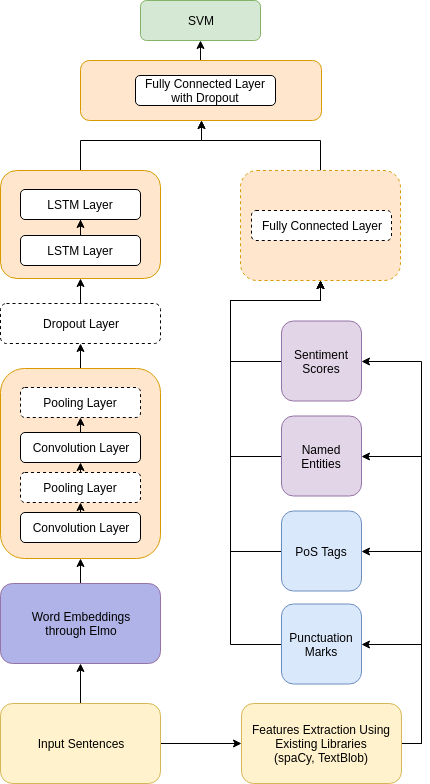
ShawnLYU/A-Hybrid-Approach-of-Insincere-Questions-Detection keeps this draw.io diagram as report/graphs/nn_architecture.png. Above is the earlier version. Source tidied: cells renumbered, new cells last; positions are measured from the earlier drawing's top-left corner, leaving out a move shared by most shapes. Its diagram source:
```xml
<mxGraphModel>
  <root>
    <mxCell id="0" />
    <mxCell id="1" parent="0" />
    <mxCell id="2" style="edgeStyle=orthogonalEdgeStyle;rounded=0;jettySize=auto;html=1;exitX=0.5;exitY=0;exitDx=0;exitDy=0;entryX=0.5;entryY=1;entryDx=0;entryDy=0;" parent="1" edge="1" source="3" target="22">
      <mxGeometry relative="1" as="geometry" />
    </mxCell>
    <mxCell id="3" value="Word Embeddings&lt;br&gt;through Elmo&lt;br&gt;" style="rounded=1;whiteSpace=wrap;html=1;fillColor=#B0B3E7;strokeColor=#9673a6;" parent="1" vertex="1">
      <mxGeometry y="583" width="160" height="80" as="geometry" />
    </mxCell>
    <mxCell id="4" style="edgeStyle=orthogonalEdgeStyle;rounded=0;jettySize=auto;html=1;exitX=1;exitY=0.5;exitDx=0;exitDy=0;entryX=0;entryY=0.5;entryDx=0;entryDy=0;" parent="1" edge="1" source="6" target="11">
      <mxGeometry relative="1" as="geometry" />
    </mxCell>
    <mxCell id="5" style="edgeStyle=orthogonalEdgeStyle;rounded=0;jettySize=auto;html=1;" parent="1" edge="1" source="6" target="3">
      <mxGeometry relative="1" as="geometry" />
    </mxCell>
    <mxCell id="6" value="Input Sentences" style="rounded=1;whiteSpace=wrap;html=1;fillColor=#fff2cc;strokeColor=#d6b656;" parent="1" vertex="1">
      <mxGeometry y="703" width="160" height="80" as="geometry" />
    </mxCell>
    <mxCell id="7" style="edgeStyle=orthogonalEdgeStyle;rounded=0;jettySize=auto;html=1;exitX=1;exitY=0.5;exitDx=0;exitDy=0;entryX=1;entryY=0.5;entryDx=0;entryDy=0;" parent="1" edge="1" source="11" target="15">
      <mxGeometry relative="1" as="geometry" />
    </mxCell>
    <mxCell id="8" style="edgeStyle=orthogonalEdgeStyle;rounded=0;jettySize=auto;html=1;exitX=1;exitY=0.5;exitDx=0;exitDy=0;entryX=1;entryY=0.5;entryDx=0;entryDy=0;" parent="1" edge="1" source="11" target="36">
      <mxGeometry relative="1" as="geometry" />
    </mxCell>
    <mxCell id="9" style="edgeStyle=orthogonalEdgeStyle;rounded=0;jettySize=auto;html=1;exitX=1;exitY=0.5;exitDx=0;exitDy=0;entryX=1;entryY=0.5;entryDx=0;entryDy=0;" parent="1" edge="1" source="11" target="17">
      <mxGeometry relative="1" as="geometry" />
    </mxCell>
    <mxCell id="10" style="edgeStyle=orthogonalEdgeStyle;rounded=0;jettySize=auto;html=1;exitX=1;exitY=0.5;exitDx=0;exitDy=0;entryX=1;entryY=0.5;entryDx=0;entryDy=0;" parent="1" edge="1" source="11" target="13">
      <mxGeometry relative="1" as="geometry" />
    </mxCell>
    <mxCell id="11" value="Features Extraction Using Existing Libraries&lt;br&gt;(spaCy, TextBlob)&lt;br&gt;" style="rounded=1;whiteSpace=wrap;html=1;fillColor=#fff2cc;strokeColor=#d6b656;" parent="1" vertex="1">
      <mxGeometry x="241" y="703" width="160" height="80" as="geometry" />
    </mxCell>
    <mxCell id="12" style="edgeStyle=orthogonalEdgeStyle;rounded=0;jettySize=auto;html=1;exitX=0;exitY=0.5;exitDx=0;exitDy=0;entryX=0.5;entryY=1;entryDx=0;entryDy=0;" parent="1" edge="1" source="13" target="38">
      <mxGeometry relative="1" as="geometry">
        <Array as="points">
          <mxPoint x="230" y="551" />
          <mxPoint x="230" y="300" />
          <mxPoint x="320" y="300" />
        </Array>
      </mxGeometry>
    </mxCell>
    <mxCell id="13" value="PoS Tags" style="rounded=1;whiteSpace=wrap;html=1;fillColor=#dae8fc;strokeColor=#6c8ebf;" parent="1" vertex="1">
      <mxGeometry x="281" y="510.5" width="80" height="80" as="geometry" />
    </mxCell>
    <mxCell id="14" style="edgeStyle=orthogonalEdgeStyle;rounded=0;jettySize=auto;html=1;exitX=0;exitY=0.5;exitDx=0;exitDy=0;entryX=0.5;entryY=1;entryDx=0;entryDy=0;" parent="1" edge="1" source="15" target="38">
      <mxGeometry relative="1" as="geometry">
        <Array as="points">
          <mxPoint x="230" y="644" />
          <mxPoint x="230" y="300" />
          <mxPoint x="320" y="300" />
        </Array>
      </mxGeometry>
    </mxCell>
    <mxCell id="15" value="Punctuation Marks" style="rounded=1;whiteSpace=wrap;html=1;fillColor=#dae8fc;strokeColor=#6c8ebf;" parent="1" vertex="1">
      <mxGeometry x="281" y="603.5" width="80" height="80" as="geometry" />
    </mxCell>
    <mxCell id="16" style="edgeStyle=orthogonalEdgeStyle;rounded=0;jettySize=auto;html=1;exitX=0;exitY=0.5;exitDx=0;exitDy=0;entryX=0.5;entryY=1;entryDx=0;entryDy=0;" parent="1" edge="1" source="17" target="38">
      <mxGeometry relative="1" as="geometry">
        <Array as="points">
          <mxPoint x="230" y="361" />
          <mxPoint x="230" y="300" />
          <mxPoint x="320" y="300" />
        </Array>
      </mxGeometry>
    </mxCell>
    <mxCell id="17" value="Sentiment Scores" style="rounded=1;whiteSpace=wrap;html=1;fillColor=#e1d5e7;strokeColor=#9673a6;" parent="1" vertex="1">
      <mxGeometry x="281" y="320.5" width="80" height="80" as="geometry" />
    </mxCell>
    <mxCell id="18" style="edgeStyle=orthogonalEdgeStyle;rounded=0;jettySize=auto;html=1;exitX=0.5;exitY=0;exitDx=0;exitDy=0;entryX=0.5;entryY=1;entryDx=0;entryDy=0;" parent="1" edge="1" source="22" target="20">
      <mxGeometry relative="1" as="geometry" />
    </mxCell>
    <mxCell id="19" style="edgeStyle=orthogonalEdgeStyle;rounded=0;jettySize=auto;html=1;exitX=0.5;exitY=0;exitDx=0;exitDy=0;entryX=0.5;entryY=1;entryDx=0;entryDy=0;" parent="1" edge="1" source="20" target="31">
      <mxGeometry relative="1" as="geometry" />
    </mxCell>
    <mxCell id="20" value="Dropout Layer" style="rounded=1;whiteSpace=wrap;html=1;dashed=1;" parent="1" vertex="1">
      <mxGeometry y="303" width="160" height="40" as="geometry" />
    </mxCell>
    <mxCell id="21" style="group;" parent="1" vertex="1">
      <mxGeometry y="368" width="160" height="190" as="geometry" />
    </mxCell>
    <mxCell id="22" value="&lt;br&gt;&lt;br&gt;&lt;br&gt;&lt;br&gt;&lt;br&gt;&lt;br&gt;&lt;br&gt;&lt;br&gt;&lt;br&gt;&lt;br&gt;&lt;br&gt;&lt;br&gt;&lt;br&gt;&lt;br&gt;" style="rounded=1;whiteSpace=wrap;html=1;fillColor=#ffe6cc;strokeColor=#d79b00;" parent="21" vertex="1">
      <mxGeometry width="160" height="190" as="geometry" />
    </mxCell>
    <mxCell id="23" value="Convolution Layer" style="rounded=1;whiteSpace=wrap;html=1;" parent="21" vertex="1">
      <mxGeometry x="20" y="144" width="120" height="30" as="geometry" />
    </mxCell>
    <mxCell id="24" value="Convolution Layer" style="rounded=1;whiteSpace=wrap;html=1;" parent="21" vertex="1">
      <mxGeometry x="20" y="64" width="120" height="30" as="geometry" />
    </mxCell>
    <mxCell id="25" value="Pooling Layer" style="rounded=1;whiteSpace=wrap;html=1;dashed=1;" parent="21" vertex="1">
      <mxGeometry x="20" y="104" width="120" height="30" as="geometry" />
    </mxCell>
    <mxCell id="26" value="Pooling Layer" style="rounded=1;whiteSpace=wrap;html=1;dashed=1;" parent="21" vertex="1">
      <mxGeometry x="20" y="19" width="120" height="30" as="geometry" />
    </mxCell>
    <mxCell id="27" style="edgeStyle=orthogonalEdgeStyle;rounded=0;jettySize=auto;html=1;exitX=0.5;exitY=0;exitDx=0;exitDy=0;entryX=0.5;entryY=1;entryDx=0;entryDy=0;" parent="21" edge="1" source="23" target="25">
      <mxGeometry relative="1" as="geometry" />
    </mxCell>
    <mxCell id="28" style="edgeStyle=orthogonalEdgeStyle;rounded=0;jettySize=auto;html=1;exitX=0.5;exitY=0;exitDx=0;exitDy=0;entryX=0.5;entryY=1;entryDx=0;entryDy=0;" parent="21" edge="1" source="25" target="24">
      <mxGeometry relative="1" as="geometry" />
    </mxCell>
    <mxCell id="29" style="edgeStyle=orthogonalEdgeStyle;rounded=0;jettySize=auto;html=1;exitX=0.5;exitY=0;exitDx=0;exitDy=0;entryX=0.5;entryY=1;entryDx=0;entryDy=0;" parent="21" edge="1" source="24" target="26">
      <mxGeometry relative="1" as="geometry" />
    </mxCell>
    <mxCell id="30" style="edgeStyle=orthogonalEdgeStyle;rounded=0;jettySize=auto;html=1;entryX=0.5;entryY=1;entryDx=0;entryDy=0;" parent="1" edge="1" source="31" target="41">
      <mxGeometry relative="1" as="geometry">
        <Array as="points">
          <mxPoint x="80" y="140" />
          <mxPoint x="201" y="140" />
        </Array>
      </mxGeometry>
    </mxCell>
    <mxCell id="31" style="rounded=1;whiteSpace=wrap;html=1;fillColor=#ffe6cc;strokeColor=#d79b00;" parent="1" vertex="1">
      <mxGeometry y="170" width="160" height="108" as="geometry" />
    </mxCell>
    <mxCell id="32" style="edgeStyle=orthogonalEdgeStyle;rounded=0;jettySize=auto;html=1;exitX=0.5;exitY=0;exitDx=0;exitDy=0;" parent="1" edge="1" source="33" target="34">
      <mxGeometry relative="1" as="geometry" />
    </mxCell>
    <mxCell id="33" value="LSTM Layer" style="rounded=1;whiteSpace=wrap;html=1;" parent="1" vertex="1">
      <mxGeometry x="20" y="235" width="120" height="30" as="geometry" />
    </mxCell>
    <mxCell id="34" value="LSTM Layer" style="rounded=1;whiteSpace=wrap;html=1;" parent="1" vertex="1">
      <mxGeometry x="20" y="189" width="120" height="30" as="geometry" />
    </mxCell>
    <mxCell id="35" style="edgeStyle=orthogonalEdgeStyle;rounded=0;jettySize=auto;html=1;exitX=0;exitY=0.5;exitDx=0;exitDy=0;entryX=0.5;entryY=1;entryDx=0;entryDy=0;" parent="1" edge="1" source="36" target="38">
      <mxGeometry relative="1" as="geometry">
        <Array as="points">
          <mxPoint x="230" y="456" />
          <mxPoint x="230" y="300" />
          <mxPoint x="320" y="300" />
        </Array>
      </mxGeometry>
    </mxCell>
    <mxCell id="36" value="Named Entities" style="rounded=1;whiteSpace=wrap;html=1;fillColor=#e1d5e7;strokeColor=#9673a6;" parent="1" vertex="1">
      <mxGeometry x="281" y="415.5" width="80" height="80" as="geometry" />
    </mxCell>
    <mxCell id="37" style="edgeStyle=orthogonalEdgeStyle;rounded=0;jettySize=auto;html=1;exitX=0.5;exitY=0;exitDx=0;exitDy=0;entryX=0.5;entryY=1;entryDx=0;entryDy=0;" parent="1" edge="1" source="38" target="41">
      <mxGeometry relative="1" as="geometry">
        <Array as="points">
          <mxPoint x="320" y="140" />
          <mxPoint x="201" y="140" />
        </Array>
      </mxGeometry>
    </mxCell>
    <mxCell id="38" style="rounded=1;whiteSpace=wrap;html=1;fillColor=#ffe6cc;strokeColor=#d79b00;dashed=1;" parent="1" vertex="1">
      <mxGeometry x="240" y="170" width="160" height="110" as="geometry" />
    </mxCell>
    <mxCell id="39" value="Fully Connected Layer" style="rounded=1;whiteSpace=wrap;html=1;dashed=1;" parent="1" vertex="1">
      <mxGeometry x="251" y="210" width="140" height="30" as="geometry" />
    </mxCell>
    <mxCell id="40" style="edgeStyle=orthogonalEdgeStyle;rounded=0;jettySize=auto;html=1;exitX=0.5;exitY=0;exitDx=0;exitDy=0;entryX=0.5;entryY=1;entryDx=0;entryDy=0;" parent="1" edge="1" source="41" target="43">
      <mxGeometry relative="1" as="geometry" />
    </mxCell>
    <mxCell id="41" style="rounded=1;whiteSpace=wrap;html=1;fillColor=#ffe6cc;strokeColor=#d79b00;" parent="1" vertex="1">
      <mxGeometry x="80" y="60" width="241" height="60" as="geometry" />
    </mxCell>
    <mxCell id="42" value="Fully Connected Layer with Dropout" style="rounded=1;whiteSpace=wrap;html=1;" parent="1" vertex="1">
      <mxGeometry x="135" y="75" width="140" height="30" as="geometry" />
    </mxCell>
    <mxCell id="43" value="SVM" style="rounded=1;whiteSpace=wrap;html=1;fillColor=#d5e8d4;strokeColor=#82b366;" parent="1" vertex="1">
      <mxGeometry x="140" width="120" height="40" as="geometry" />
    </mxCell>
  </root>
</mxGraphModel>
```
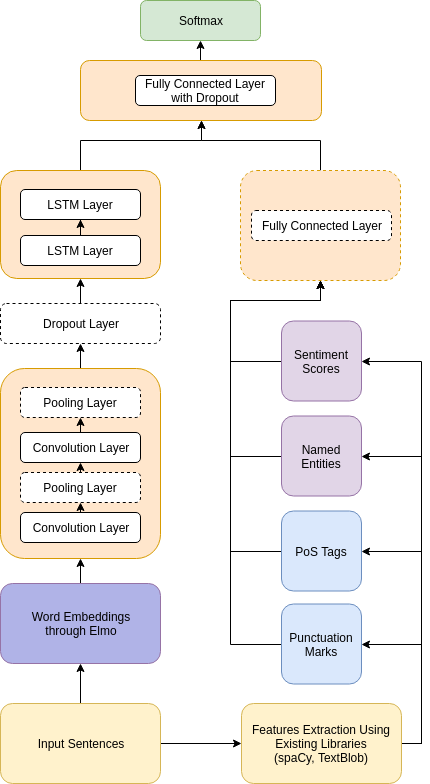
Later version of the same file.

Commit message:
Changed SVM to softmax in the graph

The edit, as a diff of the source:
```diff
@@ -159,7 +159,7 @@
     <mxCell id="42" value="Fully Connected Layer with Dropout" style="rounded=1;whiteSpace=wrap;html=1;" parent="1" vertex="1">
       <mxGeometry x="135" y="75" width="140" height="30" as="geometry" />
     </mxCell>
-    <mxCell id="43" value="SVM" style="rounded=1;whiteSpace=wrap;html=1;fillColor=#d5e8d4;strokeColor=#82b366;" parent="1" vertex="1">
+    <mxCell id="43" value="Softmax" style="rounded=1;whiteSpace=wrap;html=1;fillColor=#d5e8d4;strokeColor=#82b366;" parent="1" vertex="1">
       <mxGeometry x="140" width="120" height="40" as="geometry" />
     </mxCell>
   </root>
```
